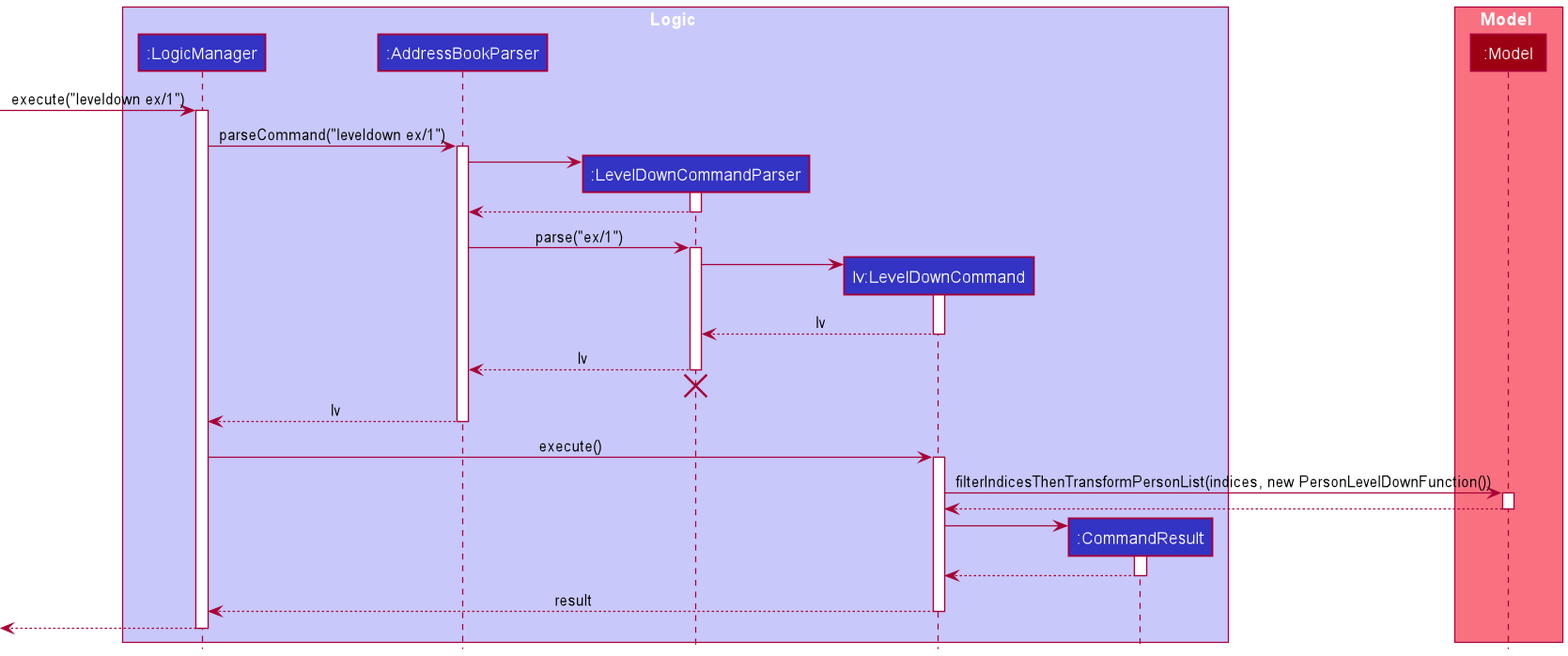
Above: docs/images/LevelDownSequenceDiagram.png in nus-cs2103-AY2021S2/tp (PlantUML), before the change.
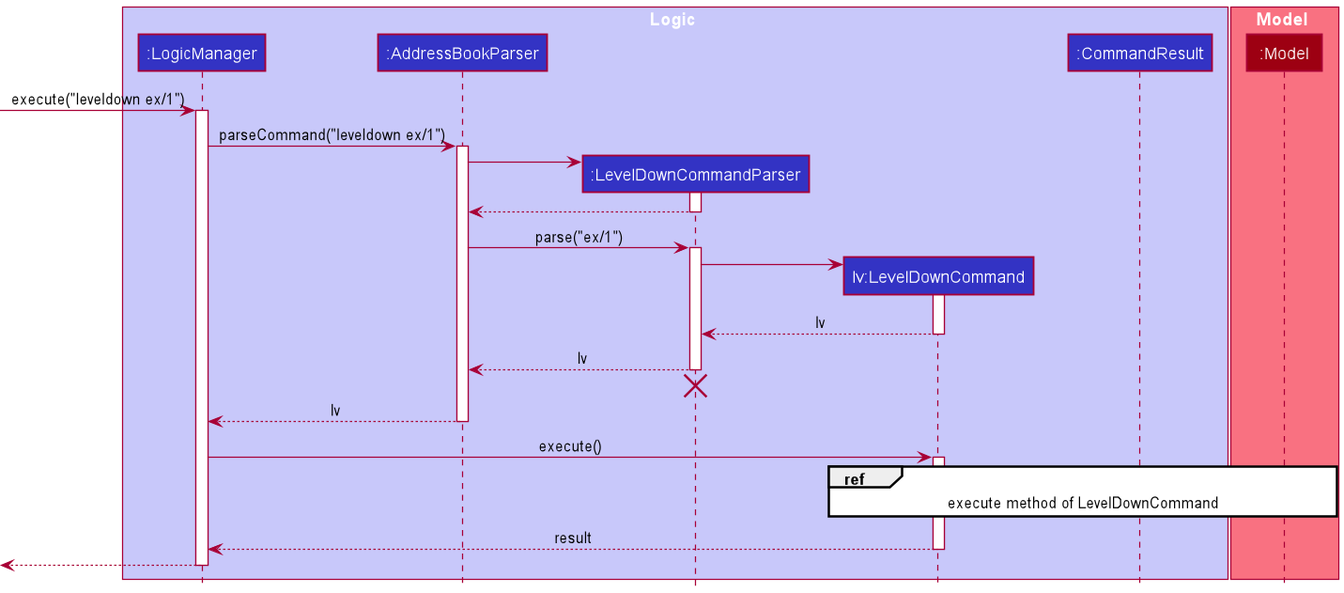
The same file after the commit.

Diff of the diagram source:
```diff
@@ -47,18 +47,7 @@
 LogicManager -> LevelDownCommand : execute()
 activate LevelDownCommand
 
-LevelDownCommand -> Model : filterIndicesThenTransformPersonList(indices, new PersonLevelDownFunction())
-activate Model
-
-Model --> LevelDownCommand
-deactivate Model
-
-create CommandResult
-LevelDownCommand -> CommandResult
-activate CommandResult
-
-CommandResult --> LevelDownCommand
-deactivate CommandResult
+ref over LevelDownCommand, Model : execute method of LevelDownCommand
 
 LevelDownCommand --> LogicManager : result
 deactivate LevelDownCommand
```
